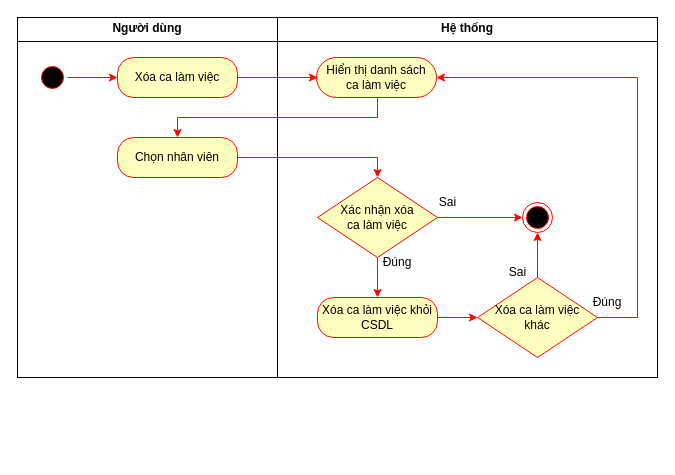
Above: Sơ đồ hoạt động UC xóa ca làm việc.drawio in HaojackYT/DAA_SA (draw.io), before the change. Source tidied: cells renumbered, new cells numbered last; positions are measured from the earlier drawing's top-left corner, leaving out a move shared by most shapes. Both pictures are drawn from the tidied source at 100%, with x=0, y=0 at pixel (17, 17).
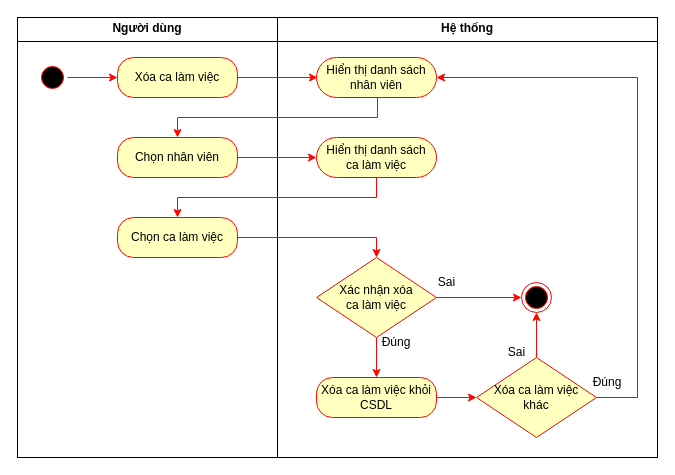
Above is the later version.

Unchanged cells that the change refers to:
```xml
<mxCell id="10" value="Chọn nhân viên" style="rounded=1;whiteSpace=wrap;html=1;arcSize=40;fontColor=#000000;fillColor=#ffffc0;strokeColor=#FF0500;" parent="1" vertex="1">
  <mxGeometry x="100" y="120" width="120" height="40" as="geometry" />
</mxCell>
```

The edit, as a diff of the source:
```diff
@@
     <mxCell id="2" value="&lt;p style=&quot;margin:0px;margin-top:4px;text-align:center;&quot;&gt;&lt;b&gt;Hệ thống&lt;/b&gt;&lt;/p&gt;&lt;hr size=&quot;1&quot; style=&quot;border-style:solid;&quot;&gt;&lt;div style=&quot;height:2px;&quot;&gt;&lt;/div&gt;" style="verticalAlign=top;align=left;overflow=fill;html=1;whiteSpace=wrap;" parent="1" vertex="1">
-      <mxGeometry x="260" width="380" height="360" as="geometry" />
+      <mxGeometry x="260" width="380" height="440" as="geometry" />
     </mxCell>
     <mxCell id="3" value="&lt;p style=&quot;margin:0px;margin-top:4px;text-align:center;&quot;&gt;&lt;b&gt;Người dùng&lt;/b&gt;&lt;/p&gt;&lt;hr size=&quot;1&quot; style=&quot;border-style:solid;&quot;&gt;&lt;div style=&quot;height:2px;&quot;&gt;&lt;/div&gt;" style="verticalAlign=top;align=left;overflow=fill;html=1;whiteSpace=wrap;" parent="1" vertex="1">
-      <mxGeometry width="260" height="360" as="geometry" />
+      <mxGeometry width="260" height="440" as="geometry" />
     </mxCell>
@@
-    <mxCell id="9" style="edgeStyle=orthogonalEdgeStyle;rounded=0;jettySize=auto;html=1;entryX=0.5;entryY=0;entryDx=0;entryDy=0;strokeColor=#FF0500;" parent="1" edge="1" source="10" target="14">
-      <mxGeometry relative="1" as="geometry" />
-    </mxCell>
+    <mxCell id="25" style="edgeStyle=orthogonalEdgeStyle;rounded=0;jettySize=auto;html=1;strokeColor=light-dark(#FF0000,#FFFFFF);" parent="1" edge="1" source="10" target="29">
+      <mxGeometry relative="1" as="geometry" />
+    </mxCell>
@@
-    <mxCell id="11" value="Hiển thị danh sách&lt;div&gt;ca làm việc&lt;/div&gt;" style="rounded=1;whiteSpace=wrap;html=1;arcSize=50;fontColor=#000000;fillColor=#ffffc0;strokeColor=#ff0000;" parent="1" vertex="1">
+    <mxCell id="11" value="Hiển thị danh sách&lt;div&gt;nhân viên&lt;/div&gt;" style="rounded=1;whiteSpace=wrap;html=1;arcSize=50;fontColor=#000000;fillColor=#ffffc0;strokeColor=#ff0000;" parent="1" vertex="1">
       <mxGeometry x="299" y="40" width="120" height="40" as="geometry" />
     </mxCell>
@@
     <mxCell id="14" value="Xác nhận xóa&lt;br&gt;&lt;div&gt;ca làm việc&lt;/div&gt;" style="rhombus;whiteSpace=wrap;html=1;fontColor=#000000;fillColor=#ffffc0;strokeColor=#FF0500;" parent="1" vertex="1">
-      <mxGeometry x="300" y="160" width="120" height="80" as="geometry" />
+      <mxGeometry x="299" y="240" width="120" height="80" as="geometry" />
     </mxCell>
@@
     <mxCell id="16" value="Xóa ca làm việc khỏi CSDL" style="rounded=1;whiteSpace=wrap;html=1;arcSize=40;fontColor=#000000;fillColor=#ffffc0;strokeColor=#FF0500;" parent="1" vertex="1">
-      <mxGeometry x="300" y="280" width="120" height="40" as="geometry" />
+      <mxGeometry x="299" y="360" width="120" height="40" as="geometry" />
     </mxCell>
@@
-    <mxCell id="18" style="edgeStyle=orthogonalEdgeStyle;rounded=0;jettySize=auto;html=1;entryX=1;entryY=0.5;entryDx=0;entryDy=0;strokeColor=#FF0500;" parent="1" edge="1" source="19" target="11">
+    <mxCell id="18" style="edgeStyle=orthogonalEdgeStyle;rounded=0;jettySize=auto;html=1;entryX=1;entryY=0.5;entryDx=0;entryDy=0;strokeColor=light-dark(#FF0000,#FFFFFF);" parent="1" edge="1" source="19" target="11">
       <mxGeometry relative="1" as="geometry">
         <Array as="points">
-          <mxPoint x="620" y="300" />
+          <mxPoint x="620" y="380" />
           <mxPoint x="620" y="60" />
         </Array>
       </mxGeometry>
     </mxCell>
     <mxCell id="19" value="Xóa ca làm việc&lt;div&gt;khác&lt;/div&gt;" style="rhombus;whiteSpace=wrap;html=1;fontColor=#000000;fillColor=#ffffc0;strokeColor=#FF0500;" parent="1" vertex="1">
-      <mxGeometry x="460" y="260" width="120" height="80" as="geometry" />
+      <mxGeometry x="459" y="340" width="120" height="80" as="geometry" />
     </mxCell>
     <mxCell id="20" style="ellipse;html=1;shape=endState;fillColor=#000000;strokeColor=#ff0000;" parent="1" vertex="1">
-      <mxGeometry x="505" y="185" width="30" height="30" as="geometry" />
+      <mxGeometry x="504" y="265" width="30" height="30" as="geometry" />
     </mxCell>
     <mxCell id="21" value="Đúng" style="text;html=1;align=center;verticalAlign=middle;whiteSpace=wrap;rounded=0;fontFamily=Helvetica;fontSize=12;fontColor=#000000;" parent="1" vertex="1">
-      <mxGeometry x="350" y="230" width="60" height="30" as="geometry" />
+      <mxGeometry x="349" y="310" width="60" height="30" as="geometry" />
     </mxCell>
     <mxCell id="22" value="Đúng" style="text;html=1;align=center;verticalAlign=middle;whiteSpace=wrap;rounded=0;fontFamily=Helvetica;fontSize=12;fontColor=#000000;" parent="1" vertex="1">
-      <mxGeometry x="560" y="270" width="60" height="30" as="geometry" />
+      <mxGeometry x="560" y="350" width="60" height="30" as="geometry" />
     </mxCell>
     <mxCell id="23" value="Sai" style="text;html=1;align=center;verticalAlign=middle;strokeColor=none;fillColor=none;" parent="1" vertex="1">
-      <mxGeometry x="410" y="170" width="40" height="30" as="geometry" />
+      <mxGeometry x="409" y="250" width="40" height="30" as="geometry" />
     </mxCell>
     <mxCell id="24" value="Sai" style="text;html=1;align=center;verticalAlign=middle;strokeColor=none;fillColor=none;" parent="1" vertex="1">
-      <mxGeometry x="480" y="240" width="40" height="30" as="geometry" />
+      <mxGeometry x="479" y="320" width="40" height="30" as="geometry" />
     </mxCell>
+    <mxCell id="26" style="edgeStyle=orthogonalEdgeStyle;rounded=0;jettySize=auto;html=1;entryX=0.5;entryY=0;entryDx=0;entryDy=0;strokeColor=light-dark(#FF0000,#FFFFFF);" parent="1" edge="1" source="27" target="14">
+      <mxGeometry relative="1" as="geometry" />
+    </mxCell>
+    <mxCell id="27" value="Chọn ca làm việc" style="rounded=1;whiteSpace=wrap;html=1;arcSize=40;fontColor=#000000;fillColor=#ffffc0;strokeColor=#FF0500;" parent="1" vertex="1">
+      <mxGeometry x="100" y="200" width="120" height="40" as="geometry" />
+    </mxCell>
+    <mxCell id="28" style="edgeStyle=orthogonalEdgeStyle;rounded=0;jettySize=auto;html=1;entryX=0.5;entryY=0;entryDx=0;entryDy=0;strokeColor=light-dark(#FF0000,#FFFFFF);" parent="1" edge="1" source="29" target="27">
+      <mxGeometry relative="1" as="geometry">
+        <Array as="points">
+          <mxPoint x="359" y="180" />
+          <mxPoint x="160" y="180" />
+        </Array>
+      </mxGeometry>
+    </mxCell>
+    <mxCell id="29" value="Hiển thị danh sách&lt;div&gt;ca làm việc&lt;/div&gt;" style="rounded=1;whiteSpace=wrap;html=1;arcSize=50;fontColor=#000000;fillColor=#ffffc0;strokeColor=#ff0000;" parent="1" vertex="1">
+      <mxGeometry x="299" y="120" width="120" height="40" as="geometry" />
+    </mxCell>
```
